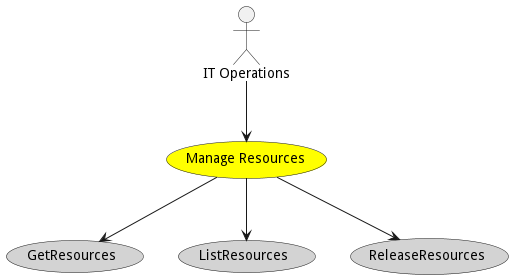
Above: docs/edgemere/sdi/usecases/ManageResources/Activities.png in madajaju/edgemere (PlantUML), before the change. Its diagram source:
```plantuml
@startuml


usecase "Manage Resources" as ManageResources #yellow

Actor "IT Operations" as ITOperations

ITOperations --> ManageResources



usecase "GetResources" as GetResources #lightgrey

ManageResources --> GetResources

usecase "ListResources" as ListResources #lightgrey

ManageResources --> ListResources

usecase "ReleaseResources" as ReleaseResources #lightgrey

ManageResources --> ReleaseResources









@enduml
```
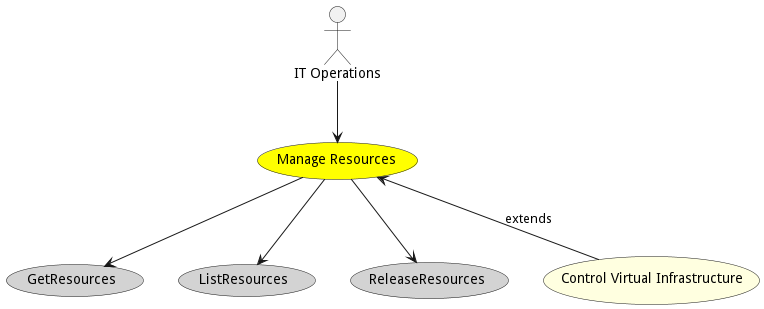
After the commit.

Diff of the diagram source:
```diff
@@ -23,6 +23,10 @@
 
 
 
+usecase "Control Virtual Infrastructure" as ControlVirtualInfrastructure #lightyellow
+
+ManageResources <-- ControlVirtualInfrastructure : extends
+
 
 
 
```
